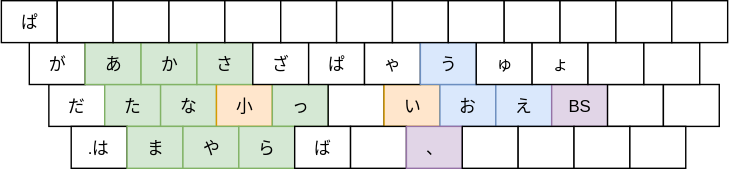
Before: layout_image.drawio.svg, a diagram exported from draw.io (funatsufumiya/pc-f-layout). Source tidied: cells renumbered, new cells last; positions are measured from the earlier drawing's top-left corner, leaving out a move shared by most shapes.
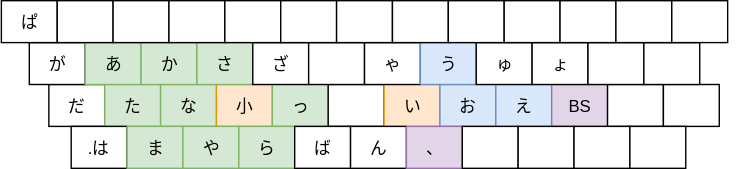
After the change.

Diff of the diagram source:
```diff
@@ -56,7 +56,7 @@
     <mxCell id="19" value="ば" style="rounded=0;whiteSpace=wrap;html=1;" parent="14" vertex="1">
       <mxGeometry x="160" width="40" height="30" as="geometry" />
     </mxCell>
-    <mxCell id="20" style="rounded=0;whiteSpace=wrap;html=1;" parent="14" vertex="1">
+    <mxCell id="20" value="ん" style="rounded=0;whiteSpace=wrap;html=1;" parent="14" vertex="1">
       <mxGeometry x="200" width="40" height="30" as="geometry" />
     </mxCell>
     <mxCell id="21" value="、" style="rounded=0;whiteSpace=wrap;html=1;fillColor=#e1d5e7;strokeColor=#9673a6;" parent="14" vertex="1">
@@ -95,7 +95,7 @@
     <mxCell id="32" value="ざ" style="rounded=0;whiteSpace=wrap;html=1;" parent="27" vertex="1">
       <mxGeometry x="160" width="40" height="30" as="geometry" />
     </mxCell>
-    <mxCell id="33" value="ぱ" style="rounded=0;whiteSpace=wrap;html=1;" parent="27" vertex="1">
+    <mxCell id="33" style="rounded=0;whiteSpace=wrap;html=1;" parent="27" vertex="1">
       <mxGeometry x="200" width="40" height="30" as="geometry" />
     </mxCell>
     <mxCell id="34" value="ゃ" style="rounded=0;whiteSpace=wrap;html=1;" parent="27" vertex="1">
```
